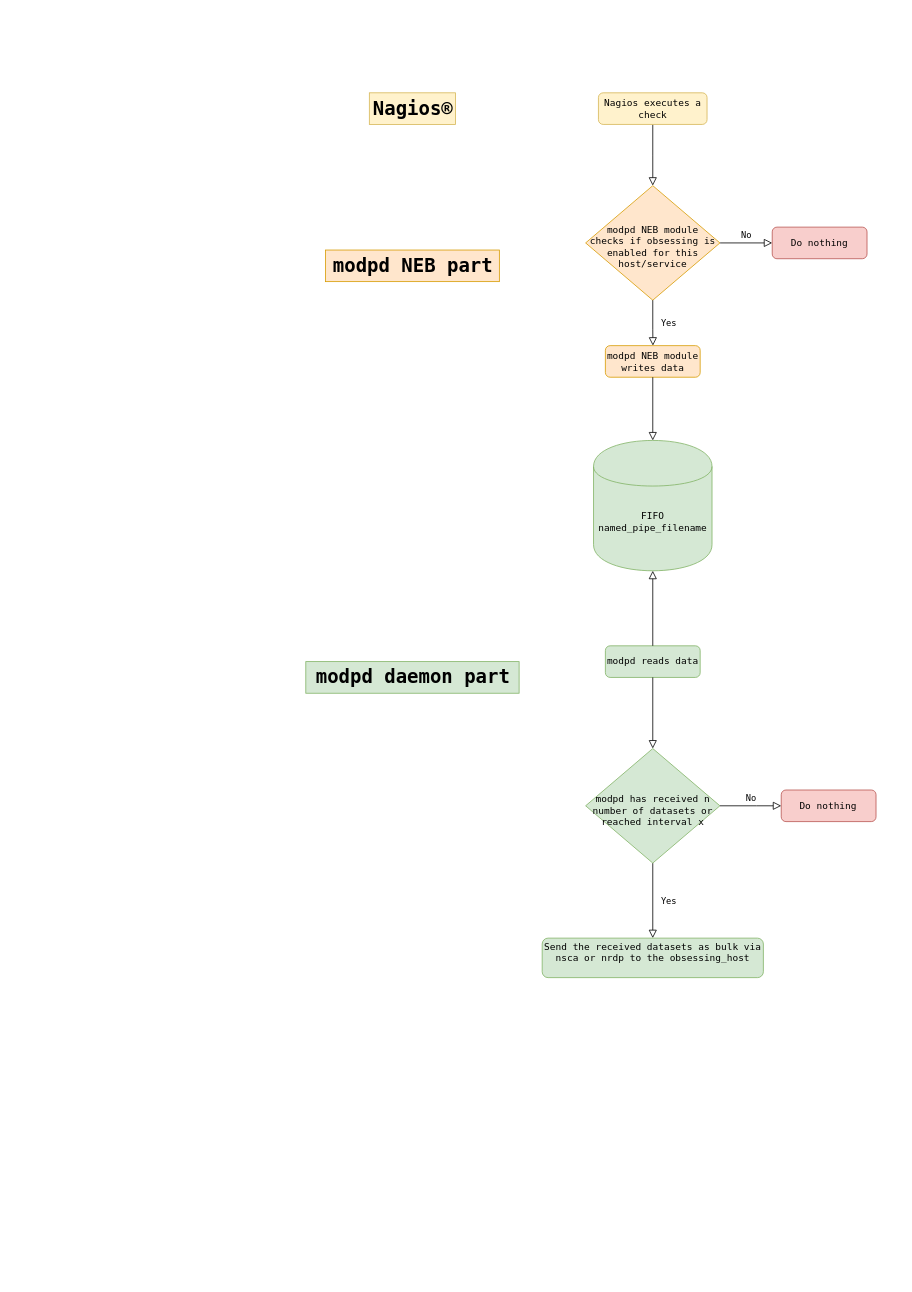
ccztux/modpd keeps this draw.io diagram as images/modpd.drawio. Above is the earlier version. Source tidied: cells renumbered, new cells numbered last; positions are measured from the earlier drawing's top-left corner, leaving out a move shared by most shapes. Both pictures are drawn from the tidied source at 79%, with x=0, y=0 at pixel (306, 92).
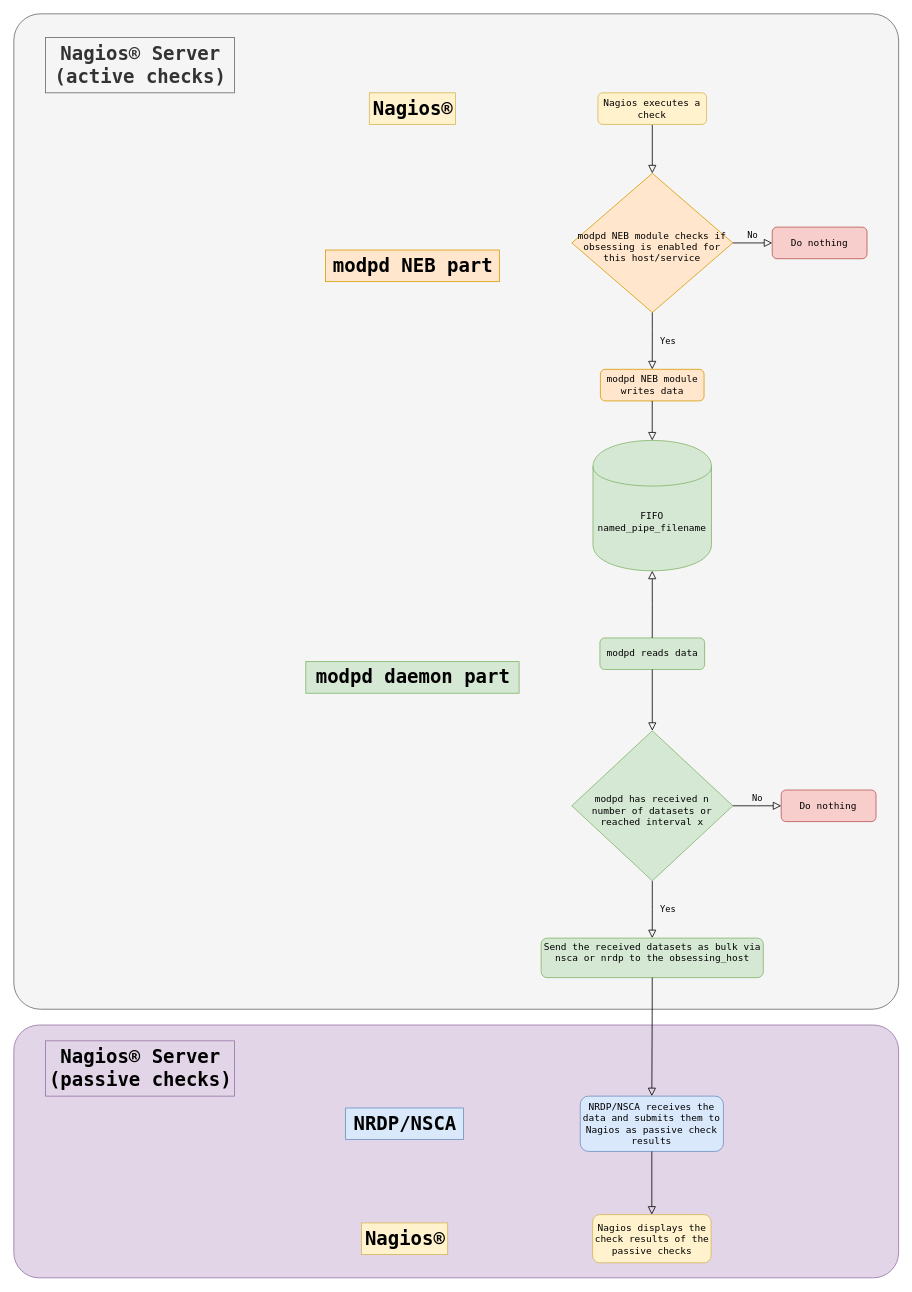
The same page after the edit.

Commit message (it also covers changes not shown here):
Implemented: Add the second Nagios site to flowchart #61

The change refers to these unchanged cells:
```xml
<mxCell id="20" value="Do nothing" style="rounded=1;whiteSpace=wrap;html=1;fontSize=12;glass=0;strokeWidth=1;shadow=0;fontFamily=Lucida Console;fillColor=#f8cecc;strokeColor=#b85450;" parent="1" vertex="1">
  <mxGeometry x="590" y="170" width="120" height="40" as="geometry" />
</mxCell>
```

The edit, as a diff of the source:
```diff
@@
+    <mxCell id="22" style="rounded=1;whiteSpace=wrap;html=1;fillColor=#f5f5f5;strokeColor=#666666;glass=0;fontColor=#333333;arcSize=3;" parent="1" vertex="1">
+      <mxGeometry x="-370" y="-100" width="1120" height="1260" as="geometry" />
+    </mxCell>
+    <mxCell id="23" style="rounded=1;whiteSpace=wrap;html=1;fillColor=#e1d5e7;strokeColor=#9673a6;glass=0;arcSize=10;" parent="1" vertex="1">
+      <mxGeometry x="-370" y="1180" width="1120" height="320" as="geometry" />
+    </mxCell>
@@
     <mxCell id="3" value="Nagios executes a check" style="rounded=1;whiteSpace=wrap;html=1;fontSize=12;glass=0;strokeWidth=1;shadow=0;fontFamily=Lucida Console;fillColor=#fff2cc;strokeColor=#d6b656;" parent="1" vertex="1">
-      <mxGeometry x="370" width="137.5" height="40" as="geometry" />
+      <mxGeometry x="369.4" width="137.5" height="40" as="geometry" />
     </mxCell>
     <mxCell id="4" value="&lt;div&gt;&lt;br&gt;&lt;/div&gt;&lt;div&gt;modpd NEB module checks if obsessing is enabled for this host/service&lt;/div&gt;" style="rhombus;whiteSpace=wrap;html=1;shadow=0;fontFamily=Lucida Console;fontSize=12;align=center;strokeWidth=1;spacing=6;spacingTop=-4;fillColor=#ffe6cc;strokeColor=#d79b00;" parent="1" vertex="1">
-      <mxGeometry x="353.8" y="117.5" width="170" height="145" as="geometry" />
+      <mxGeometry x="336.3" y="101.9" width="203.8" height="176.2" as="geometry" />
     </mxCell>
     <mxCell id="5" value="FIFO named_pipe_filename" style="shape=cylinder;whiteSpace=wrap;html=1;boundedLbl=1;backgroundOutline=1;fontFamily=Lucida Console;fillColor=#d5e8d4;strokeColor=#82b366;" parent="1" vertex="1">
-      <mxGeometry x="363.8" y="440" width="150" height="165" as="geometry" />
+      <mxGeometry x="363.1" y="440" width="150" height="165" as="geometry" />
     </mxCell>
     <mxCell id="6" value="modpd reads data" style="rounded=1;whiteSpace=wrap;html=1;fontSize=12;glass=0;strokeWidth=1;shadow=0;fontFamily=Lucida Console;fillColor=#d5e8d4;strokeColor=#82b366;" parent="1" vertex="1">
-      <mxGeometry x="378.8" y="700" width="120" height="40" as="geometry" />
+      <mxGeometry x="371.9" y="690" width="132.5" height="40" as="geometry" />
     </mxCell>
     <mxCell id="7" value="modpd NEB module writes data" style="rounded=1;whiteSpace=wrap;html=1;fontSize=12;glass=0;strokeWidth=1;shadow=0;fontFamily=Lucida Console;fillColor=#ffe6cc;strokeColor=#d79b00;" parent="1" vertex="1">
-      <mxGeometry x="378.8" y="320" width="120" height="40" as="geometry" />
+      <mxGeometry x="372.5" y="350" width="131.2" height="40" as="geometry" />
     </mxCell>
@@
     <mxCell id="12" value="&lt;div&gt;Send the received datasets as bulk via nsca or nrdp to the obsessing_host&lt;/div&gt;&lt;div&gt;&lt;br&gt;&lt;/div&gt;" style="rounded=1;whiteSpace=wrap;html=1;fontSize=12;glass=0;strokeWidth=1;shadow=0;fontFamily=Lucida Console;fillColor=#d5e8d4;strokeColor=#82b366;" parent="1" vertex="1">
-      <mxGeometry x="298.8" y="1070" width="280" height="50" as="geometry" />
+      <mxGeometry x="297.5" y="1070" width="281.2" height="50" as="geometry" />
     </mxCell>
@@
     <mxCell id="15" value="&lt;div&gt;&lt;br&gt;&lt;/div&gt;&lt;div&gt;&lt;div&gt;modpd has received n number of datasets or reached interval x&lt;/div&gt;&lt;/div&gt;" style="rhombus;whiteSpace=wrap;html=1;shadow=0;fontFamily=Lucida Console;fontSize=12;align=center;strokeWidth=1;spacing=6;spacingTop=-4;fillColor=#d5e8d4;strokeColor=#82b366;" parent="1" vertex="1">
-      <mxGeometry x="353.8" y="830" width="170" height="145" as="geometry" />
+      <mxGeometry x="336.3" y="807.5" width="203.8" height="190" as="geometry" />
     </mxCell>
@@
-    <mxCell id="18" value="Yes" style="rounded=0;html=1;jettySize=auto;fontSize=11;endArrow=block;endFill=0;endSize=8;strokeWidth=1;shadow=0;labelBackgroundColor=none;edgeStyle=orthogonalEdgeStyle;fontFamily=Lucida Console;exitX=0.5;exitY=1;exitDx=0;exitDy=0;" parent="1" edge="1" source="4">
+    <mxCell id="18" value="Yes" style="rounded=0;html=1;jettySize=auto;fontSize=11;endArrow=block;endFill=0;endSize=8;strokeWidth=1;shadow=0;labelBackgroundColor=none;edgeStyle=orthogonalEdgeStyle;fontFamily=Lucida Console;exitX=0.5;exitY=1;exitDx=0;exitDy=0;entryX=0.5;entryY=0;entryDx=0;entryDy=0;" parent="1" edge="1" source="4" target="7">
       <mxGeometry y="20" relative="1" as="geometry">
-        <mxPoint x="439" y="320" as="targetPoint" />
         <Array as="points">
+          <mxPoint x="438" y="300" />
           <mxPoint x="439" y="300" />
         </Array>
       </mxGeometry>
     </mxCell>
-    <mxCell id="19" value="No" style="edgeStyle=orthogonalEdgeStyle;rounded=0;html=1;jettySize=auto;orthogonalLoop=1;fontSize=11;endArrow=block;endFill=0;endSize=8;strokeWidth=1;shadow=0;labelBackgroundColor=none;fontFamily=Lucida Console;" parent="1" edge="1">
-      <mxGeometry y="10" relative="1" as="geometry">
-        <mxPoint x="524" y="190" as="sourcePoint" />
-        <mxPoint x="590" y="190" as="targetPoint" />
-        <Array as="points">
-          <mxPoint x="524.2" y="190" />
-          <mxPoint x="524.2" y="190" />
-        </Array>
-      </mxGeometry>
+    <mxCell id="19" value="No" style="edgeStyle=orthogonalEdgeStyle;rounded=0;html=1;jettySize=auto;fontSize=11;endArrow=block;endFill=0;endSize=8;strokeWidth=1;shadow=0;labelBackgroundColor=none;fontFamily=Lucida Console;entryX=0;entryY=0.5;entryDx=0;entryDy=0;exitX=1;exitY=0.5;exitDx=0;exitDy=0;" parent="1" edge="1" source="4" target="20">
+      <mxGeometry y="10" relative="1" as="geometry" />
     </mxCell>
@@
+    <mxCell id="24" value="Nagios®" style="text;strokeColor=#d6b656;fillColor=#fff2cc;html=1;fontSize=24;fontStyle=1;verticalAlign=middle;align=center;fontFamily=Lucida Console;" parent="1" vertex="1">
+      <mxGeometry x="70" y="1430.5" width="109.2" height="40" as="geometry" />
+    </mxCell>
+    <mxCell id="25" value="Nagios displays the check results of the passive checks" style="rounded=1;whiteSpace=wrap;html=1;fontSize=12;glass=0;strokeWidth=1;shadow=0;fontFamily=Lucida Console;fillColor=#fff2cc;strokeColor=#d6b656;" parent="1" vertex="1">
+      <mxGeometry x="362.6" y="1420" width="150" height="61" as="geometry" />
+    </mxCell>
+    <mxCell id="26" style="rounded=0;html=1;jettySize=auto;fontSize=11;endArrow=block;endFill=0;endSize=8;strokeWidth=1;shadow=0;labelBackgroundColor=none;edgeStyle=orthogonalEdgeStyle;exitX=0.5;exitY=1;exitDx=0;exitDy=0;fontFamily=Lucida Console;entryX=0.5;entryY=0;entryDx=0;entryDy=0;" parent="1" edge="1" source="12" target="28">
+      <mxGeometry relative="1" as="geometry">
+        <Array as="points">
+          <mxPoint x="439" y="1155" />
+        </Array>
+      </mxGeometry>
+    </mxCell>
+    <mxCell id="27" value="NRDP/NSCA" style="text;strokeColor=#6c8ebf;fillColor=#dae8fc;html=1;fontSize=24;fontStyle=1;verticalAlign=middle;align=center;fontFamily=Lucida Console;" parent="1" vertex="1">
+      <mxGeometry x="50" y="1285" width="149.2" height="40" as="geometry" />
+    </mxCell>
+    <mxCell id="28" value="NRDP/NSCA receives the data and submits them to Nagios as passive check results" style="rounded=1;whiteSpace=wrap;html=1;fontSize=12;glass=0;strokeWidth=1;shadow=0;fontFamily=Lucida Console;fillColor=#dae8fc;strokeColor=#6c8ebf;" parent="1" vertex="1">
+      <mxGeometry x="347" y="1270" width="181.2" height="70" as="geometry" />
+    </mxCell>
+    <mxCell id="29" style="rounded=0;html=1;jettySize=auto;fontSize=11;endArrow=block;endFill=0;endSize=8;strokeWidth=1;shadow=0;labelBackgroundColor=none;edgeStyle=orthogonalEdgeStyle;fontFamily=Lucida Console;entryX=0.5;entryY=0;entryDx=0;entryDy=0;exitX=0.5;exitY=1;exitDx=0;exitDy=0;" parent="1" edge="1" source="28" target="25">
+      <mxGeometry relative="1" as="geometry" />
+    </mxCell>
+    <mxCell id="30" value="&lt;div&gt;Nagios® Server&lt;/div&gt;&lt;div&gt;(passive checks)&lt;br&gt;&lt;/div&gt;" style="text;strokeColor=#9673a6;fillColor=#e1d5e7;html=1;fontSize=24;fontStyle=1;verticalAlign=middle;align=center;fontFamily=Lucida Console;" parent="1" vertex="1">
+      <mxGeometry x="-330" y="1200" width="239.2" height="70" as="geometry" />
+    </mxCell>
+    <mxCell id="31" value="&lt;div&gt;Nagios® Server&lt;/div&gt;&lt;div&gt;(active checks)&lt;br&gt;&lt;/div&gt;" style="text;strokeColor=#666666;fillColor=#f5f5f5;html=1;fontSize=24;fontStyle=1;verticalAlign=middle;align=center;fontFamily=Lucida Console;fontColor=#333333;" parent="1" vertex="1">
+      <mxGeometry x="-330" y="-70" width="239.2" height="70" as="geometry" />
+    </mxCell>
```
